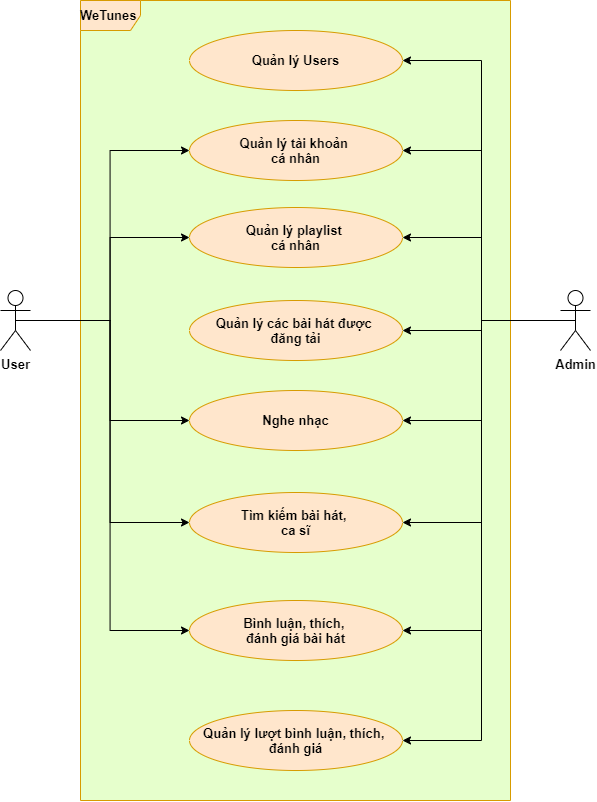
Above: usecase/draft-UC.png in kedgarnguyen298/musicweb-project (draw.io), before the change. Source tidied: cells renumbered, new cells last; positions are measured from the earlier drawing's top-left corner, leaving out a move shared by most shapes. The source it was exported from:
```xml
<mxGraphModel>
  <root>
    <mxCell id="0" />
    <mxCell id="1" parent="0" />
    <mxCell id="2" value="WeTunes&amp;nbsp;" style="shape=umlFrame;whiteSpace=wrap;html=1;fontStyle=1;fontSize=13;swimlaneFillColor=#E6FFCC;fillColor=#ffe6cc;strokeColor=#d79b00;" parent="1" vertex="1">
      <mxGeometry x="80" width="430" height="800" as="geometry" />
    </mxCell>
    <mxCell id="3" style="edgeStyle=orthogonalEdgeStyle;rounded=0;jettySize=auto;html=1;exitX=0.5;exitY=0.5;exitDx=0;exitDy=0;exitPerimeter=0;entryX=0;entryY=0.5;entryDx=0;entryDy=0;fontSize=13;" parent="1" edge="1" source="7" target="20">
      <mxGeometry relative="1" as="geometry" />
    </mxCell>
    <mxCell id="4" style="edgeStyle=orthogonalEdgeStyle;rounded=0;jettySize=auto;html=1;exitX=0.5;exitY=0.5;exitDx=0;exitDy=0;exitPerimeter=0;entryX=0;entryY=0.5;entryDx=0;entryDy=0;fontSize=13;" parent="1" edge="1" source="7" target="19">
      <mxGeometry relative="1" as="geometry" />
    </mxCell>
    <mxCell id="5" style="edgeStyle=orthogonalEdgeStyle;rounded=0;jettySize=auto;html=1;exitX=0.5;exitY=0.5;exitDx=0;exitDy=0;exitPerimeter=0;entryX=0;entryY=0.5;entryDx=0;entryDy=0;fontSize=13;" parent="1" edge="1" source="7" target="21">
      <mxGeometry relative="1" as="geometry" />
    </mxCell>
    <mxCell id="6" style="edgeStyle=orthogonalEdgeStyle;rounded=0;jettySize=auto;html=1;exitX=0.5;exitY=0.5;exitDx=0;exitDy=0;exitPerimeter=0;entryX=0;entryY=0.5;entryDx=0;entryDy=0;fontSize=13;" parent="1" edge="1" source="7" target="18">
      <mxGeometry relative="1" as="geometry" />
    </mxCell>
    <mxCell id="7" value="User&lt;br style=&quot;font-size: 13px;&quot;&gt;" style="shape=umlActor;verticalLabelPosition=bottom;labelBackgroundColor=#ffffff;verticalAlign=top;html=1;outlineConnect=0;fontStyle=1;fontSize=13;" parent="1" vertex="1">
      <mxGeometry y="290" width="30" height="60" as="geometry" />
    </mxCell>
    <mxCell id="8" style="edgeStyle=orthogonalEdgeStyle;rounded=0;jettySize=auto;html=1;exitX=0.5;exitY=0.5;exitDx=0;exitDy=0;exitPerimeter=0;entryX=1;entryY=0.5;entryDx=0;entryDy=0;fontSize=13;" parent="1" edge="1" source="16" target="24">
      <mxGeometry relative="1" as="geometry" />
    </mxCell>
    <mxCell id="9" style="edgeStyle=orthogonalEdgeStyle;rounded=0;jettySize=auto;html=1;exitX=0.5;exitY=0.5;exitDx=0;exitDy=0;exitPerimeter=0;entryX=1;entryY=0.5;entryDx=0;entryDy=0;fontSize=13;" parent="1" edge="1" source="16" target="23">
      <mxGeometry relative="1" as="geometry" />
    </mxCell>
    <mxCell id="10" style="edgeStyle=orthogonalEdgeStyle;rounded=0;jettySize=auto;html=1;exitX=0.5;exitY=0.5;exitDx=0;exitDy=0;exitPerimeter=0;entryX=1;entryY=0.5;entryDx=0;entryDy=0;fontSize=13;" parent="1" edge="1" source="16" target="20">
      <mxGeometry relative="1" as="geometry" />
    </mxCell>
    <mxCell id="11" style="edgeStyle=orthogonalEdgeStyle;rounded=0;jettySize=auto;html=1;exitX=0.5;exitY=0.5;exitDx=0;exitDy=0;exitPerimeter=0;entryX=1;entryY=0.5;entryDx=0;entryDy=0;fontSize=13;" parent="1" edge="1" source="16" target="17">
      <mxGeometry relative="1" as="geometry" />
    </mxCell>
    <mxCell id="12" style="edgeStyle=orthogonalEdgeStyle;rounded=0;jettySize=auto;html=1;exitX=0.5;exitY=0.5;exitDx=0;exitDy=0;exitPerimeter=0;entryX=1;entryY=0.5;entryDx=0;entryDy=0;fontSize=13;" parent="1" edge="1" source="16" target="19">
      <mxGeometry relative="1" as="geometry" />
    </mxCell>
    <mxCell id="13" style="edgeStyle=orthogonalEdgeStyle;rounded=0;jettySize=auto;html=1;exitX=0.5;exitY=0.5;exitDx=0;exitDy=0;exitPerimeter=0;entryX=1;entryY=0.5;entryDx=0;entryDy=0;fontSize=13;" parent="1" edge="1" source="16" target="21">
      <mxGeometry relative="1" as="geometry" />
    </mxCell>
    <mxCell id="14" style="edgeStyle=orthogonalEdgeStyle;rounded=0;jettySize=auto;html=1;exitX=0.5;exitY=0.5;exitDx=0;exitDy=0;exitPerimeter=0;entryX=1;entryY=0.5;entryDx=0;entryDy=0;fontSize=13;" parent="1" edge="1" source="16" target="18">
      <mxGeometry relative="1" as="geometry" />
    </mxCell>
    <mxCell id="15" style="edgeStyle=orthogonalEdgeStyle;rounded=0;jettySize=auto;html=1;exitX=0.5;exitY=0.5;exitDx=0;exitDy=0;exitPerimeter=0;entryX=1;entryY=0.5;entryDx=0;entryDy=0;fontSize=13;" parent="1" edge="1" source="16" target="22">
      <mxGeometry relative="1" as="geometry" />
    </mxCell>
    <mxCell id="16" value="Admin" style="shape=umlActor;verticalLabelPosition=bottom;labelBackgroundColor=#ffffff;verticalAlign=top;html=1;outlineConnect=0;fontStyle=1;fontSize=13;" parent="1" vertex="1">
      <mxGeometry x="560" y="290" width="30" height="60" as="geometry" />
    </mxCell>
    <mxCell id="17" value="Quản lý các bài hát được &lt;br&gt;đăng tải" style="ellipse;whiteSpace=wrap;html=1;fillColor=#ffe6cc;strokeColor=#d79b00;fontStyle=1;fontSize=13;" parent="1" vertex="1">
      <mxGeometry x="189" y="300" width="213" height="60" as="geometry" />
    </mxCell>
    <mxCell id="18" value="Bình luận, thích, &lt;br&gt;đánh giá bài hát" style="ellipse;whiteSpace=wrap;html=1;fillColor=#ffe6cc;strokeColor=#d79b00;fontStyle=1;fontSize=13;" parent="1" vertex="1">
      <mxGeometry x="189" y="600" width="213" height="60" as="geometry" />
    </mxCell>
    <mxCell id="19" value="Nghe nhạc" style="ellipse;whiteSpace=wrap;html=1;fillColor=#ffe6cc;strokeColor=#d79b00;fontStyle=1;fontSize=13;" parent="1" vertex="1">
      <mxGeometry x="189" y="390" width="213" height="60" as="geometry" />
    </mxCell>
    <mxCell id="20" value="Quản lý playlist &lt;br style=&quot;font-size: 13px;&quot;&gt;cá nhân" style="ellipse;whiteSpace=wrap;html=1;fillColor=#ffe6cc;strokeColor=#d79b00;fontStyle=1;fontSize=13;" parent="1" vertex="1">
      <mxGeometry x="189" y="207" width="213" height="60" as="geometry" />
    </mxCell>
    <mxCell id="21" value="Tìm kiếm bài hát,&amp;nbsp;&lt;br style=&quot;font-size: 13px;&quot;&gt;ca sĩ" style="ellipse;whiteSpace=wrap;html=1;fillColor=#ffe6cc;strokeColor=#d79b00;fontStyle=1;fontSize=13;" parent="1" vertex="1">
      <mxGeometry x="189" y="492" width="213" height="60" as="geometry" />
    </mxCell>
    <mxCell id="22" value="Quản lý lượt bình luận, thích, &lt;br&gt;đánh giá" style="ellipse;whiteSpace=wrap;html=1;fillColor=#ffe6cc;strokeColor=#d79b00;fontStyle=1;fontSize=13;" parent="1" vertex="1">
      <mxGeometry x="189" y="710" width="213" height="60" as="geometry" />
    </mxCell>
    <mxCell id="23" value="Quản lý tài khoản&amp;nbsp;&lt;br style=&quot;font-size: 13px;&quot;&gt;cá nhân" style="ellipse;whiteSpace=wrap;html=1;fillColor=#ffe6cc;strokeColor=#d79b00;fontStyle=1;fontSize=13;" parent="1" vertex="1">
      <mxGeometry x="189" y="120" width="213" height="60" as="geometry" />
    </mxCell>
    <mxCell id="24" value="Quản lý Users" style="ellipse;whiteSpace=wrap;html=1;fillColor=#ffe6cc;strokeColor=#d79b00;fontStyle=1;fontSize=13;" parent="1" vertex="1">
      <mxGeometry x="189" y="30" width="213" height="60" as="geometry" />
    </mxCell>
    <mxCell id="25" style="edgeStyle=orthogonalEdgeStyle;rounded=0;jettySize=auto;html=1;exitX=0.5;exitY=0.5;exitDx=0;exitDy=0;exitPerimeter=0;entryX=0;entryY=0.5;entryDx=0;entryDy=0;fontSize=13;" parent="1" edge="1" source="7" target="23">
      <mxGeometry relative="1" as="geometry" />
    </mxCell>
  </root>
</mxGraphModel>
```
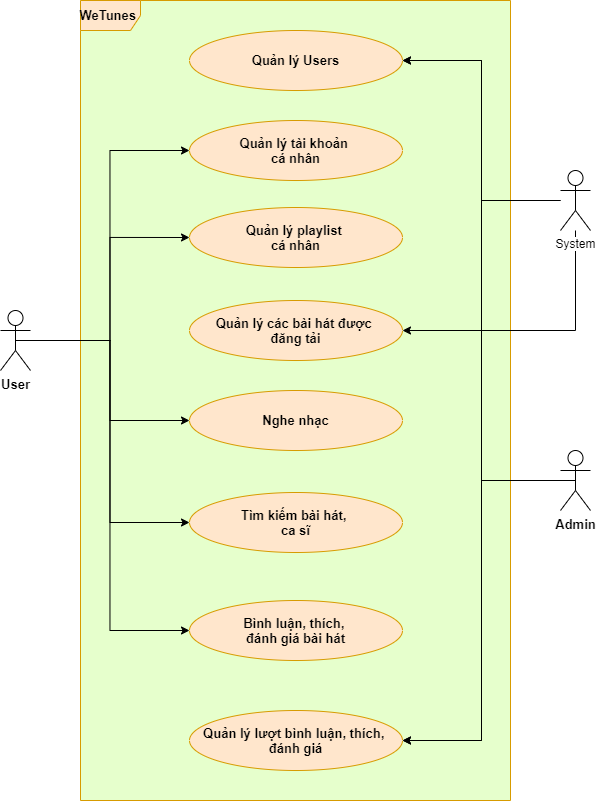
After the change.

Diff of the diagram source:
```diff
@@ -18,34 +18,16 @@
       <mxGeometry relative="1" as="geometry" />
     </mxCell>
     <mxCell id="7" value="User&lt;br style=&quot;font-size: 13px;&quot;&gt;" style="shape=umlActor;verticalLabelPosition=bottom;labelBackgroundColor=#ffffff;verticalAlign=top;html=1;outlineConnect=0;fontStyle=1;fontSize=13;" parent="1" vertex="1">
-      <mxGeometry y="290" width="30" height="60" as="geometry" />
+      <mxGeometry y="310" width="30" height="60" as="geometry" />
     </mxCell>
     <mxCell id="8" style="edgeStyle=orthogonalEdgeStyle;rounded=0;jettySize=auto;html=1;exitX=0.5;exitY=0.5;exitDx=0;exitDy=0;exitPerimeter=0;entryX=1;entryY=0.5;entryDx=0;entryDy=0;fontSize=13;" parent="1" edge="1" source="16" target="24">
       <mxGeometry relative="1" as="geometry" />
     </mxCell>
-    <mxCell id="9" style="edgeStyle=orthogonalEdgeStyle;rounded=0;jettySize=auto;html=1;exitX=0.5;exitY=0.5;exitDx=0;exitDy=0;exitPerimeter=0;entryX=1;entryY=0.5;entryDx=0;entryDy=0;fontSize=13;" parent="1" edge="1" source="16" target="23">
-      <mxGeometry relative="1" as="geometry" />
-    </mxCell>
-    <mxCell id="10" style="edgeStyle=orthogonalEdgeStyle;rounded=0;jettySize=auto;html=1;exitX=0.5;exitY=0.5;exitDx=0;exitDy=0;exitPerimeter=0;entryX=1;entryY=0.5;entryDx=0;entryDy=0;fontSize=13;" parent="1" edge="1" source="16" target="20">
-      <mxGeometry relative="1" as="geometry" />
-    </mxCell>
-    <mxCell id="11" style="edgeStyle=orthogonalEdgeStyle;rounded=0;jettySize=auto;html=1;exitX=0.5;exitY=0.5;exitDx=0;exitDy=0;exitPerimeter=0;entryX=1;entryY=0.5;entryDx=0;entryDy=0;fontSize=13;" parent="1" edge="1" source="16" target="17">
-      <mxGeometry relative="1" as="geometry" />
-    </mxCell>
-    <mxCell id="12" style="edgeStyle=orthogonalEdgeStyle;rounded=0;jettySize=auto;html=1;exitX=0.5;exitY=0.5;exitDx=0;exitDy=0;exitPerimeter=0;entryX=1;entryY=0.5;entryDx=0;entryDy=0;fontSize=13;" parent="1" edge="1" source="16" target="19">
-      <mxGeometry relative="1" as="geometry" />
-    </mxCell>
-    <mxCell id="13" style="edgeStyle=orthogonalEdgeStyle;rounded=0;jettySize=auto;html=1;exitX=0.5;exitY=0.5;exitDx=0;exitDy=0;exitPerimeter=0;entryX=1;entryY=0.5;entryDx=0;entryDy=0;fontSize=13;" parent="1" edge="1" source="16" target="21">
-      <mxGeometry relative="1" as="geometry" />
-    </mxCell>
-    <mxCell id="14" style="edgeStyle=orthogonalEdgeStyle;rounded=0;jettySize=auto;html=1;exitX=0.5;exitY=0.5;exitDx=0;exitDy=0;exitPerimeter=0;entryX=1;entryY=0.5;entryDx=0;entryDy=0;fontSize=13;" parent="1" edge="1" source="16" target="18">
-      <mxGeometry relative="1" as="geometry" />
-    </mxCell>
     <mxCell id="15" style="edgeStyle=orthogonalEdgeStyle;rounded=0;jettySize=auto;html=1;exitX=0.5;exitY=0.5;exitDx=0;exitDy=0;exitPerimeter=0;entryX=1;entryY=0.5;entryDx=0;entryDy=0;fontSize=13;" parent="1" edge="1" source="16" target="22">
       <mxGeometry relative="1" as="geometry" />
     </mxCell>
     <mxCell id="16" value="Admin" style="shape=umlActor;verticalLabelPosition=bottom;labelBackgroundColor=#ffffff;verticalAlign=top;html=1;outlineConnect=0;fontStyle=1;fontSize=13;" parent="1" vertex="1">
-      <mxGeometry x="560" y="290" width="30" height="60" as="geometry" />
+      <mxGeometry x="560" y="450" width="30" height="60" as="geometry" />
     </mxCell>
     <mxCell id="17" value="Quản lý các bài hát được &lt;br&gt;đăng tải" style="ellipse;whiteSpace=wrap;html=1;fillColor=#ffe6cc;strokeColor=#d79b00;fontStyle=1;fontSize=13;" parent="1" vertex="1">
       <mxGeometry x="189" y="300" width="213" height="60" as="geometry" />
@@ -74,5 +56,21 @@
     <mxCell id="25" style="edgeStyle=orthogonalEdgeStyle;rounded=0;jettySize=auto;html=1;exitX=0.5;exitY=0.5;exitDx=0;exitDy=0;exitPerimeter=0;entryX=0;entryY=0.5;entryDx=0;entryDy=0;fontSize=13;" parent="1" edge="1" source="7" target="23">
       <mxGeometry relative="1" as="geometry" />
     </mxCell>
+    <mxCell id="26" style="edgeStyle=orthogonalEdgeStyle;rounded=0;jettySize=auto;html=1;entryX=1;entryY=0.5;entryDx=0;entryDy=0;" parent="1" edge="1" source="29" target="17">
+      <mxGeometry relative="1" as="geometry">
+        <Array as="points">
+          <mxPoint x="575" y="330" />
+        </Array>
+      </mxGeometry>
+    </mxCell>
+    <mxCell id="27" style="edgeStyle=orthogonalEdgeStyle;rounded=0;jettySize=auto;html=1;entryX=1;entryY=0.5;entryDx=0;entryDy=0;" parent="1" edge="1" source="29" target="24">
+      <mxGeometry relative="1" as="geometry" />
+    </mxCell>
+    <mxCell id="28" style="edgeStyle=orthogonalEdgeStyle;rounded=0;jettySize=auto;html=1;entryX=1;entryY=0.5;entryDx=0;entryDy=0;" parent="1" edge="1" source="29" target="22">
+      <mxGeometry relative="1" as="geometry" />
+    </mxCell>
+    <mxCell id="29" value="System" style="shape=umlActor;verticalLabelPosition=bottom;labelBackgroundColor=#ffffff;verticalAlign=top;html=1;outlineConnect=0;" parent="1" vertex="1">
+      <mxGeometry x="560" y="170" width="30" height="60" as="geometry" />
+    </mxCell>
   </root>
 </mxGraphModel>
```
